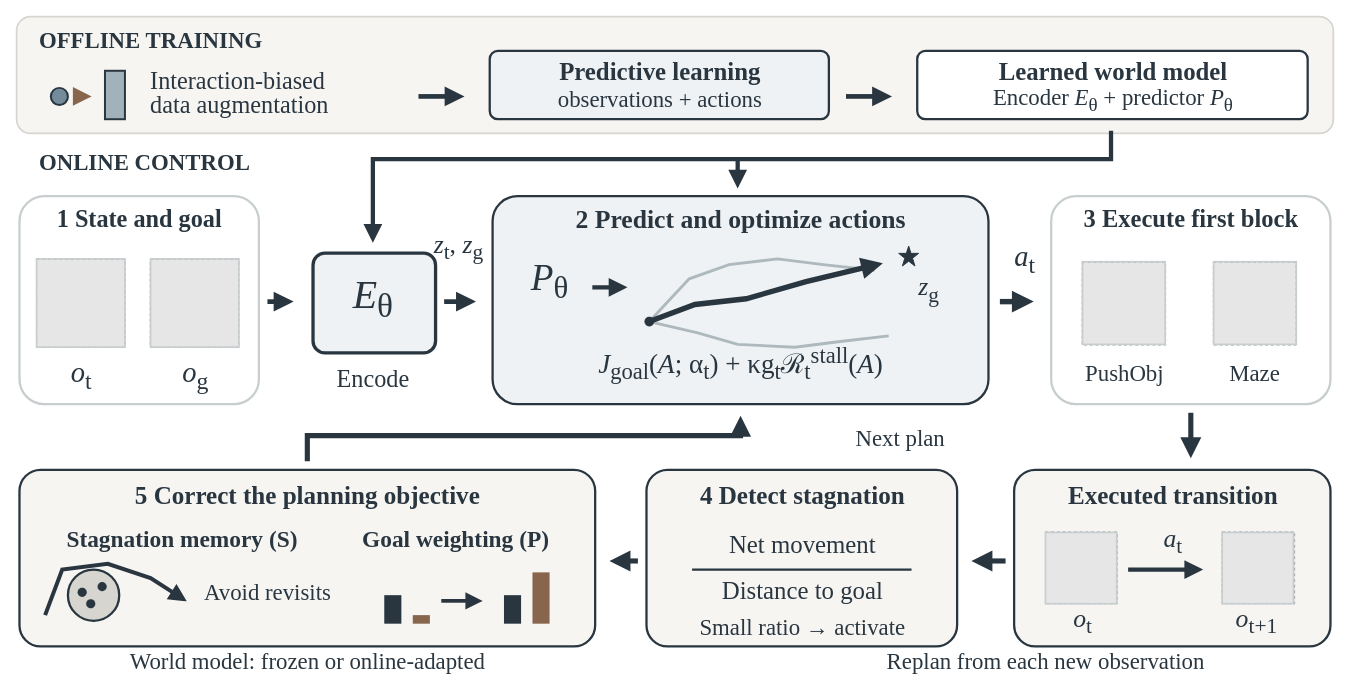
Celveen/JEPA-Stall keeps this draw.io diagram as delivery/Figure3.drawio. Above is the earlier version. Source tidied: cells renumbered, new cells numbered last; positions are measured from the earlier drawing's top-left corner, leaving out a move shared by most shapes. Both pictures are drawn from the tidied source at 95%, with x=0, y=0 at pixel (16, 16). Pictures stored in the file or linked from it are replaced by grey dashed boxes.
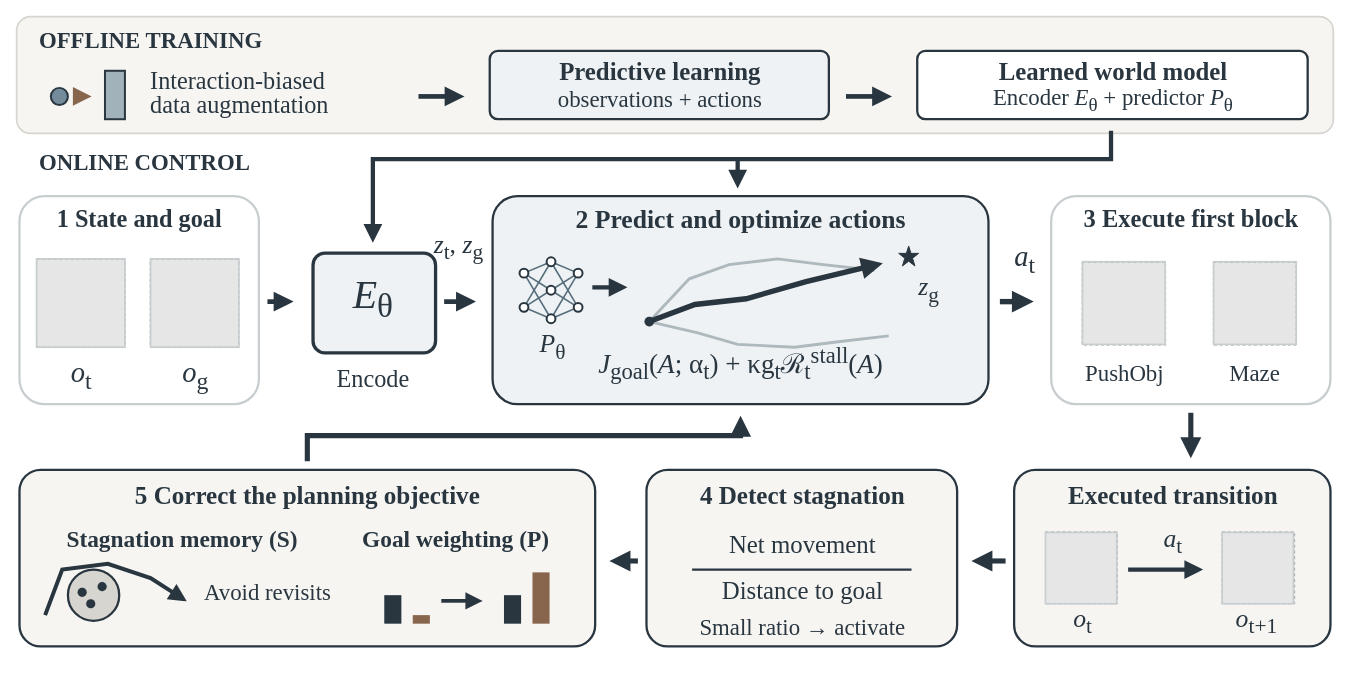
The same page after the edit.

Change to the diagram source:
```diff
@@
+    <mxCell id="93" style="edgeStyle=none;rounded=0;html=1;strokeColor=#566d7c;strokeWidth=1.65;endArrow=none;endFill=1;endSize=8;" parent="1" edge="1">
+      <mxGeometry relative="1" as="geometry">
+        <mxPoint x="534" y="270" as="sourcePoint" />
+        <mxPoint x="562.5" y="258" as="targetPoint" />
+      </mxGeometry>
+    </mxCell>
+    <mxCell id="94" style="edgeStyle=none;rounded=0;html=1;strokeColor=#566d7c;strokeWidth=1.65;endArrow=none;endFill=1;endSize=8;" parent="1" edge="1">
+      <mxGeometry relative="1" as="geometry">
+        <mxPoint x="534" y="270" as="sourcePoint" />
+        <mxPoint x="562.5" y="288" as="targetPoint" />
+      </mxGeometry>
+    </mxCell>
+    <mxCell id="95" style="edgeStyle=none;rounded=0;html=1;strokeColor=#566d7c;strokeWidth=1.65;endArrow=none;endFill=1;endSize=8;" parent="1" edge="1">
+      <mxGeometry relative="1" as="geometry">
+        <mxPoint x="534" y="270" as="sourcePoint" />
+        <mxPoint x="562.5" y="318" as="targetPoint" />
+      </mxGeometry>
+    </mxCell>
+    <mxCell id="96" style="edgeStyle=none;rounded=0;html=1;strokeColor=#566d7c;strokeWidth=1.65;endArrow=none;endFill=1;endSize=8;" parent="1" edge="1">
+      <mxGeometry relative="1" as="geometry">
+        <mxPoint x="534" y="306" as="sourcePoint" />
+        <mxPoint x="562.5" y="258" as="targetPoint" />
+      </mxGeometry>
+    </mxCell>
+    <mxCell id="97" style="edgeStyle=none;rounded=0;html=1;strokeColor=#566d7c;strokeWidth=1.65;endArrow=none;endFill=1;endSize=8;" parent="1" edge="1">
+      <mxGeometry relative="1" as="geometry">
+        <mxPoint x="534" y="306" as="sourcePoint" />
+        <mxPoint x="562.5" y="288" as="targetPoint" />
+      </mxGeometry>
+    </mxCell>
+    <mxCell id="98" style="edgeStyle=none;rounded=0;html=1;strokeColor=#566d7c;strokeWidth=1.65;endArrow=none;endFill=1;endSize=8;" parent="1" edge="1">
+      <mxGeometry relative="1" as="geometry">
+        <mxPoint x="534" y="306" as="sourcePoint" />
+        <mxPoint x="562.5" y="318" as="targetPoint" />
+      </mxGeometry>
+    </mxCell>
+    <mxCell id="99" style="edgeStyle=none;rounded=0;html=1;strokeColor=#566d7c;strokeWidth=1.65;endArrow=none;endFill=1;endSize=8;" parent="1" edge="1">
+      <mxGeometry relative="1" as="geometry">
+        <mxPoint x="562.5" y="258" as="sourcePoint" />
+        <mxPoint x="591" y="270" as="targetPoint" />
+      </mxGeometry>
+    </mxCell>
+    <mxCell id="100" style="edgeStyle=none;rounded=0;html=1;strokeColor=#566d7c;strokeWidth=1.65;endArrow=none;endFill=1;endSize=8;" parent="1" edge="1">
+      <mxGeometry relative="1" as="geometry">
+        <mxPoint x="562.5" y="258" as="sourcePoint" />
+        <mxPoint x="591" y="306" as="targetPoint" />
+      </mxGeometry>
+    </mxCell>
+    <mxCell id="101" style="edgeStyle=none;rounded=0;html=1;strokeColor=#566d7c;strokeWidth=1.65;endArrow=none;endFill=1;endSize=8;" parent="1" edge="1">
+      <mxGeometry relative="1" as="geometry">
+        <mxPoint x="562.5" y="288" as="sourcePoint" />
+        <mxPoint x="591" y="270" as="targetPoint" />
+      </mxGeometry>
+    </mxCell>
+    <mxCell id="102" style="edgeStyle=none;rounded=0;html=1;strokeColor=#566d7c;strokeWidth=1.65;endArrow=none;endFill=1;endSize=8;" parent="1" edge="1">
+      <mxGeometry relative="1" as="geometry">
+        <mxPoint x="562.5" y="288" as="sourcePoint" />
+        <mxPoint x="591" y="306" as="targetPoint" />
+      </mxGeometry>
+    </mxCell>
+    <mxCell id="103" style="edgeStyle=none;rounded=0;html=1;strokeColor=#566d7c;strokeWidth=1.65;endArrow=none;endFill=1;endSize=8;" parent="1" edge="1">
+      <mxGeometry relative="1" as="geometry">
+        <mxPoint x="562.5" y="318" as="sourcePoint" />
+        <mxPoint x="591" y="270" as="targetPoint" />
+      </mxGeometry>
+    </mxCell>
+    <mxCell id="104" style="edgeStyle=none;rounded=0;html=1;strokeColor=#566d7c;strokeWidth=1.65;endArrow=none;endFill=1;endSize=8;" parent="1" edge="1">
+      <mxGeometry relative="1" as="geometry">
+        <mxPoint x="562.5" y="318" as="sourcePoint" />
+        <mxPoint x="591" y="306" as="targetPoint" />
+      </mxGeometry>
+    </mxCell>
+    <mxCell id="105" style="shape=ellipse;rounded=0;arcSize=12;fillColor=#ffffff;strokeColor=#293640;strokeWidth=2.1;html=1;" parent="1" vertex="1">
+      <mxGeometry x="529.4" y="265.4" width="9.3" height="9.3" as="geometry" />
+    </mxCell>
+    <mxCell id="106" style="shape=ellipse;rounded=0;arcSize=12;fillColor=#ffffff;strokeColor=#293640;strokeWidth=2.1;html=1;" parent="1" vertex="1">
+      <mxGeometry x="529.4" y="301.4" width="9.3" height="9.3" as="geometry" />
+    </mxCell>
+    <mxCell id="107" style="shape=ellipse;rounded=0;arcSize=12;fillColor=#ffffff;strokeColor=#293640;strokeWidth=2.1;html=1;" parent="1" vertex="1">
+      <mxGeometry x="557.9" y="253.4" width="9.3" height="9.3" as="geometry" />
+    </mxCell>
+    <mxCell id="108" style="shape=ellipse;rounded=0;arcSize=12;fillColor=#ffffff;strokeColor=#293640;strokeWidth=2.1;html=1;" parent="1" vertex="1">
+      <mxGeometry x="557.9" y="283.4" width="9.3" height="9.3" as="geometry" />
+    </mxCell>
+    <mxCell id="109" style="shape=ellipse;rounded=0;arcSize=12;fillColor=#ffffff;strokeColor=#293640;strokeWidth=2.1;html=1;" parent="1" vertex="1">
+      <mxGeometry x="557.9" y="313.4" width="9.3" height="9.3" as="geometry" />
+    </mxCell>
+    <mxCell id="110" style="shape=ellipse;rounded=0;arcSize=12;fillColor=#ffffff;strokeColor=#293640;strokeWidth=2.1;html=1;" parent="1" vertex="1">
+      <mxGeometry x="586.4" y="265.4" width="9.3" height="9.3" as="geometry" />
+    </mxCell>
+    <mxCell id="111" style="shape=ellipse;rounded=0;arcSize=12;fillColor=#ffffff;strokeColor=#293640;strokeWidth=2.1;html=1;" parent="1" vertex="1">
+      <mxGeometry x="586.4" y="301.4" width="9.3" height="9.3" as="geometry" />
+    </mxCell>
@@
-    <mxCell id="78" value="Next plan" style="text;html=1;whiteSpace=nowrap;overflow=visible;align=center;verticalAlign=middle;fontFamily=Times New Roman;fontColor=#293640;fontSize=24;fontStyle=0;spacing=0;" parent="1" vertex="1">
-      <mxGeometry x="873.8" y="431.7" width="112.3" height="26.4" as="geometry" />
-    </mxCell>
-    <mxCell id="79" value="World model: frozen or online-adapted" style="text;html=1;whiteSpace=nowrap;overflow=visible;align=center;verticalAlign=middle;fontFamily=Times New Roman;fontColor=#293640;fontSize=24;fontStyle=0;spacing=0;" parent="1" vertex="1">
-      <mxGeometry x="75.1" y="665.7" width="461.8" height="26.4" as="geometry" />
-    </mxCell>
-    <mxCell id="80" value="Replan from each new observation" style="text;html=1;whiteSpace=nowrap;overflow=visible;align=center;verticalAlign=middle;fontFamily=Times New Roman;fontColor=#293640;fontSize=24;fontStyle=0;spacing=0;" parent="1" vertex="1">
-      <mxGeometry x="883.3" y="665.7" width="399.4" height="26.4" as="geometry" />
-    </mxCell>
@@
-    <mxCell id="86" value="&lt;i&gt;P&lt;/i&gt;&lt;sub&gt;θ&lt;/sub&gt;" style="text;html=1;whiteSpace=nowrap;overflow=visible;align=center;verticalAlign=middle;fontFamily=Times New Roman;fontColor=#293640;fontSize=39;fontStyle=0;spacing=0;" parent="1" vertex="1">
-      <mxGeometry x="526.5" y="256.5" width="69" height="42.9" as="geometry" />
+    <mxCell id="86" value="&lt;i&gt;P&lt;/i&gt;&lt;sub&gt;θ&lt;/sub&gt;" style="text;html=1;whiteSpace=nowrap;overflow=visible;align=center;verticalAlign=middle;fontFamily=Times New Roman;fontColor=#293640;fontSize=27;fontStyle=0;spacing=0;" parent="1" vertex="1">
+      <mxGeometry x="534" y="332" width="60" height="29.7" as="geometry" />
     </mxCell>
```
